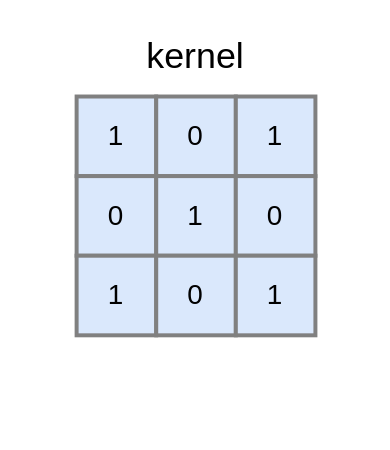
Before: diagrams/6-cvn/conv_kernel.drawio in joshtingey/phd-thesis, a draw.io diagram. Source tidied: cells renumbered, new cells numbered last; positions are measured from the earlier drawing's top-left corner, leaving out a move shared by most shapes. Both pictures are drawn from the tidied source at 199%, with x=0, y=0 at pixel (56, 36).
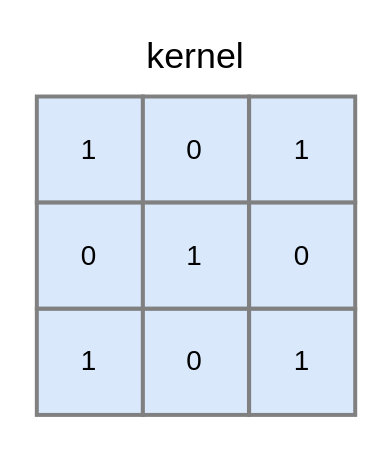
After the change.

Diff of the diagram source:
```diff
@@
 <mxGraphModel>
   <root>
     <mxCell id="0" />
     <mxCell id="1" parent="0" />
+    <mxCell id="11" value="&lt;font style=&quot;font-size: 18px&quot; face=&quot;lmodern&quot;&gt;kernel&lt;/font&gt;" style="text;html=1;strokeColor=none;fillColor=none;align=center;verticalAlign=middle;whiteSpace=wrap;rounded=0;" parent="1" vertex="1">
+      <mxGeometry width="140" height="20" as="geometry" />
+    </mxCell>
+    <mxCell id="12" style="group;" parent="1" vertex="1">
+      <mxGeometry x="-10" y="30" width="160" height="160" as="geometry" />
+    </mxCell>
-    <mxCell id="2" value="1" style="whiteSpace=wrap;html=1;fillColor=#dae8fc;fontSize=14;strokeColor=#808080;strokeWidth=2;" parent="1" vertex="1">
-      <mxGeometry x="10" y="30" width="40" height="40" as="geometry" />
+    <mxCell id="2" value="1" style="whiteSpace=wrap;html=1;fillColor=#dae8fc;fontSize=14;strokeColor=#808080;strokeWidth=2;" parent="12" vertex="1">
+      <mxGeometry width="53.3" height="53.3" as="geometry" />
     </mxCell>
-    <mxCell id="3" value="0" style="whiteSpace=wrap;html=1;fillColor=#dae8fc;fontSize=14;strokeColor=#808080;strokeWidth=2;" parent="1" vertex="1">
-      <mxGeometry x="10" y="70" width="40" height="40" as="geometry" />
+    <mxCell id="3" value="0" style="whiteSpace=wrap;html=1;fillColor=#dae8fc;fontSize=14;strokeColor=#808080;strokeWidth=2;" parent="12" vertex="1">
+      <mxGeometry y="53.3" width="53.3" height="53.3" as="geometry" />
     </mxCell>
-    <mxCell id="4" value="1" style="whiteSpace=wrap;html=1;fillColor=#dae8fc;fontSize=14;strokeColor=#808080;strokeWidth=2;" parent="1" vertex="1">
-      <mxGeometry x="10" y="110" width="40" height="40" as="geometry" />
+    <mxCell id="4" value="1" style="whiteSpace=wrap;html=1;fillColor=#dae8fc;fontSize=14;strokeColor=#808080;strokeWidth=2;" parent="12" vertex="1">
+      <mxGeometry y="106.7" width="53.3" height="53.3" as="geometry" />
     </mxCell>
-    <mxCell id="5" value="0" style="whiteSpace=wrap;html=1;fillColor=#dae8fc;fontSize=14;strokeColor=#808080;strokeWidth=2;" parent="1" vertex="1">
-      <mxGeometry x="50" y="30" width="40" height="40" as="geometry" />
+    <mxCell id="5" value="0" style="whiteSpace=wrap;html=1;fillColor=#dae8fc;fontSize=14;strokeColor=#808080;strokeWidth=2;" parent="12" vertex="1">
+      <mxGeometry x="53.3" width="53.3" height="53.3" as="geometry" />
     </mxCell>
-    <mxCell id="6" value="1" style="whiteSpace=wrap;html=1;fillColor=#dae8fc;fontSize=14;strokeColor=#808080;strokeWidth=2;" parent="1" vertex="1">
-      <mxGeometry x="50" y="70" width="40" height="40" as="geometry" />
+    <mxCell id="6" value="1" style="whiteSpace=wrap;html=1;fillColor=#dae8fc;fontSize=14;strokeColor=#808080;strokeWidth=2;" parent="12" vertex="1">
+      <mxGeometry x="53.3" y="53.3" width="53.3" height="53.3" as="geometry" />
     </mxCell>
-    <mxCell id="7" value="0" style="whiteSpace=wrap;html=1;fillColor=#dae8fc;fontSize=14;strokeColor=#808080;strokeWidth=2;" parent="1" vertex="1">
-      <mxGeometry x="50" y="110" width="40" height="40" as="geometry" />
+    <mxCell id="7" value="0" style="whiteSpace=wrap;html=1;fillColor=#dae8fc;fontSize=14;strokeColor=#808080;strokeWidth=2;" parent="12" vertex="1">
+      <mxGeometry x="53.3" y="106.7" width="53.3" height="53.3" as="geometry" />
     </mxCell>
-    <mxCell id="8" value="1" style="whiteSpace=wrap;html=1;fillColor=#dae8fc;fontSize=14;strokeColor=#808080;strokeWidth=2;" parent="1" vertex="1">
-      <mxGeometry x="90" y="30" width="40" height="40" as="geometry" />
+    <mxCell id="8" value="1" style="whiteSpace=wrap;html=1;fillColor=#dae8fc;fontSize=14;strokeColor=#808080;strokeWidth=2;" parent="12" vertex="1">
+      <mxGeometry x="106.7" width="53.3" height="53.3" as="geometry" />
     </mxCell>
-    <mxCell id="9" value="0" style="whiteSpace=wrap;html=1;fillColor=#dae8fc;fontSize=14;strokeColor=#808080;strokeWidth=2;" parent="1" vertex="1">
-      <mxGeometry x="90" y="70" width="40" height="40" as="geometry" />
+    <mxCell id="9" value="0" style="whiteSpace=wrap;html=1;fillColor=#dae8fc;fontSize=14;strokeColor=#808080;strokeWidth=2;" parent="12" vertex="1">
+      <mxGeometry x="106.7" y="53.3" width="53.3" height="53.3" as="geometry" />
     </mxCell>
-    <mxCell id="10" value="1" style="whiteSpace=wrap;html=1;fillColor=#dae8fc;fontSize=14;strokeColor=#808080;strokeWidth=2;" parent="1" vertex="1">
-      <mxGeometry x="90" y="110" width="40" height="40" as="geometry" />
+    <mxCell id="10" value="1" style="whiteSpace=wrap;html=1;fillColor=#dae8fc;fontSize=14;strokeColor=#808080;strokeWidth=2;" parent="12" vertex="1">
+      <mxGeometry x="106.7" y="106.7" width="53.3" height="53.3" as="geometry" />
     </mxCell>
-    <mxCell id="11" value="&lt;font style=&quot;font-size: 18px&quot; face=&quot;lmodern&quot;&gt;kernel&lt;/font&gt;" style="text;html=1;strokeColor=none;fillColor=none;align=center;verticalAlign=middle;whiteSpace=wrap;rounded=0;" parent="1" vertex="1">
-      <mxGeometry width="140" height="20" as="geometry" />
-    </mxCell>
   </root>
 </mxGraphModel>
```
